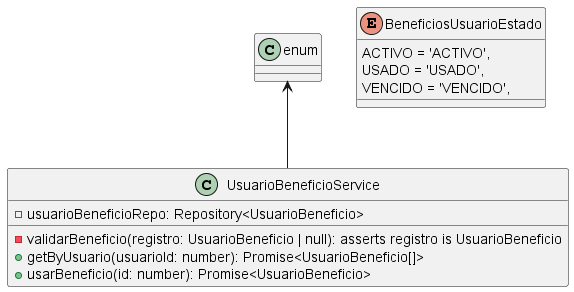
Above: Documentación/Diagrama de Clases/Services&Controllers/usuarioBeneficio.png in LucasFrey-tech/SolidApp (PlantUML), before the change.
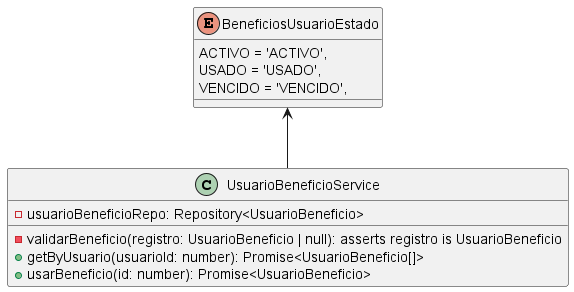
After the commit.

Change to the diagram source:
```diff
@@ -14,6 +14,6 @@
   VENCIDO = 'VENCIDO',
 }
 
-enum <-- UsuarioBeneficioService
+BeneficiosUsuarioEstado <-- UsuarioBeneficioService
 
 @enduml
```
